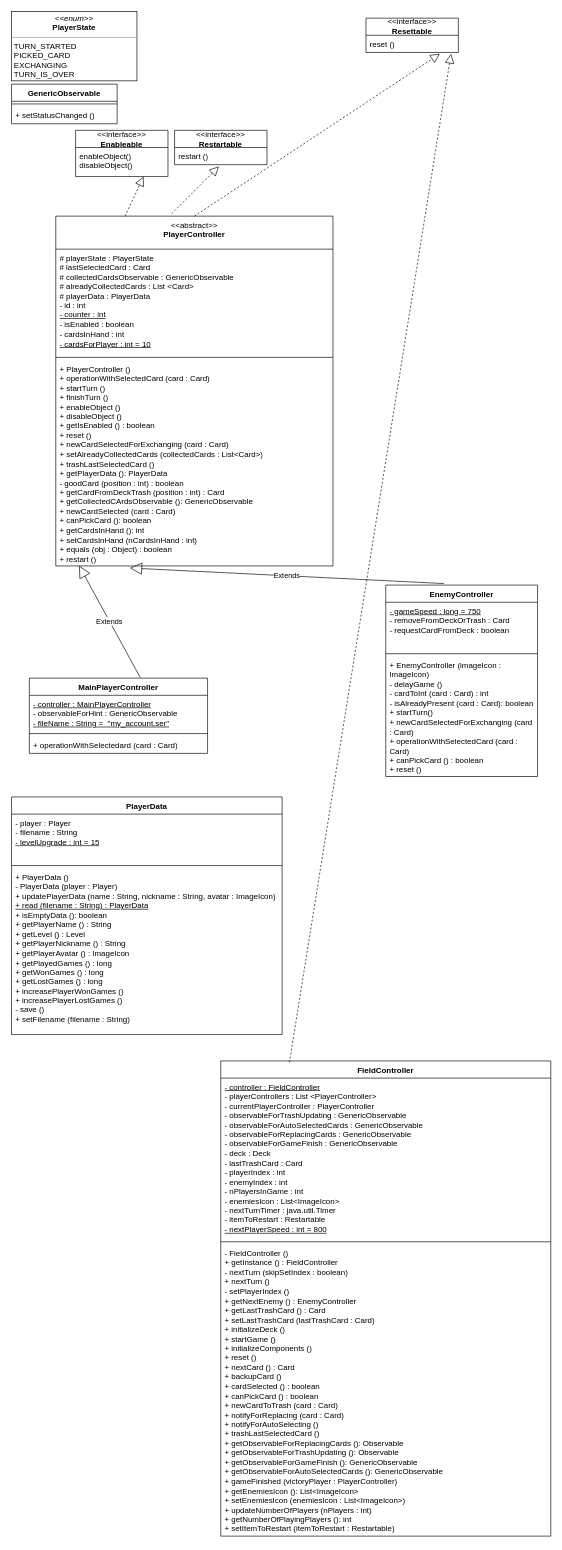
Earlier version of the draw.io diagram page "Controller" (2 of 3) of JTrash.drawio (TommasoBruni/JTrash). Source tidied: cells renumbered, new cells numbered last; positions are measured from the earlier drawing's top-left corner, leaving out a move shared by most shapes. Both pictures are drawn from the tidied source at 66%, with x=0, y=0 at pixel (11, 11).
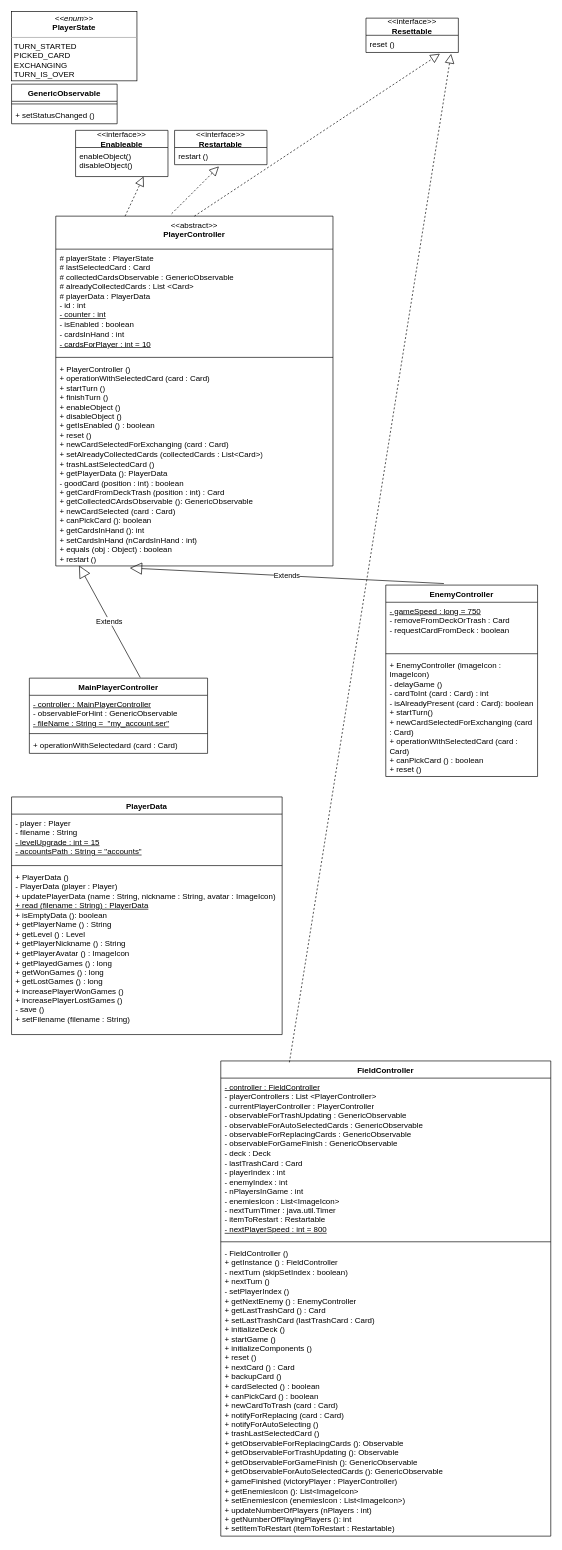
After the change.

The change refers to these unchanged cells:
```xml
<mxCell id="28" value="PlayerData" style="swimlane;fontStyle=1;align=center;verticalAlign=top;horizontal=1;startSize=26;whiteSpace=wrap;html=1;" parent="1" vertex="1">
  <mxGeometry y="1190" width="410" height="360" as="geometry" />
</mxCell>
```

What changed in the source:
```diff
@@
-    <mxCell id="29" value="- player : Player&lt;br&gt;- filename : String&lt;br&gt;&lt;u&gt;- levelUpgrade : int = 15&lt;/u&gt;" style="text;strokeColor=none;fillColor=none;align=left;verticalAlign=top;spacingLeft=4;spacingRight=4;overflow=hidden;whiteSpace=wrap;html=1;" parent="28" vertex="1">
+    <mxCell id="29" value="- player : Player&lt;br&gt;- filename : String&lt;br&gt;&lt;u&gt;- levelUpgrade : int = 15&lt;br&gt;- accountsPath : String = &quot;accounts&quot;&lt;br&gt;&lt;/u&gt;" style="text;strokeColor=none;fillColor=none;align=left;verticalAlign=top;spacingLeft=4;spacingRight=4;overflow=hidden;whiteSpace=wrap;html=1;" parent="28" vertex="1">
       <mxGeometry y="26" width="410" height="74" as="geometry" />
     </mxCell>
```
